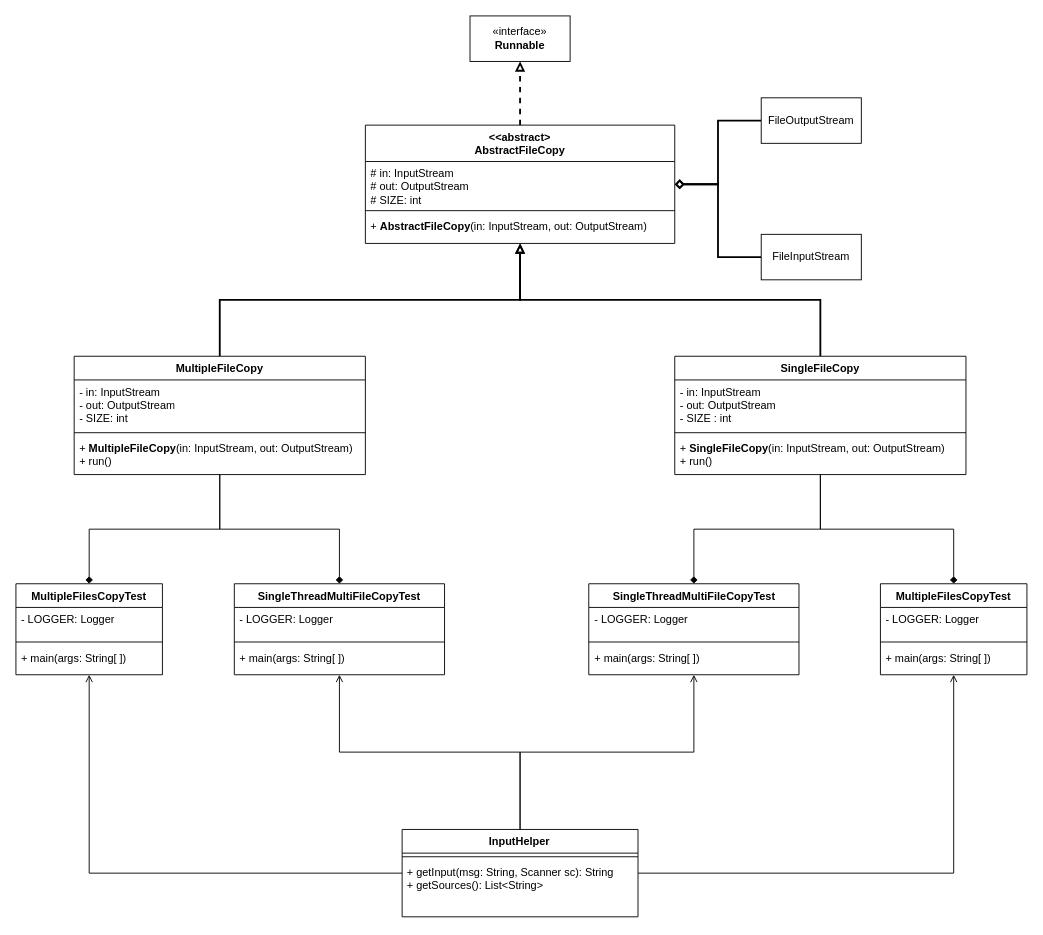
Before: page "SingleFileCopy" (1 of 3) of examples/src/thread/thread.drawio in id3ntity99/java, a draw.io diagram. Source tidied: cells renumbered, new cells numbered last; positions are measured from the earlier drawing's top-left corner, leaving out a move shared by most shapes. Both pictures are drawn from the tidied source at 91%, with x=0, y=0 at pixel (15, 15).
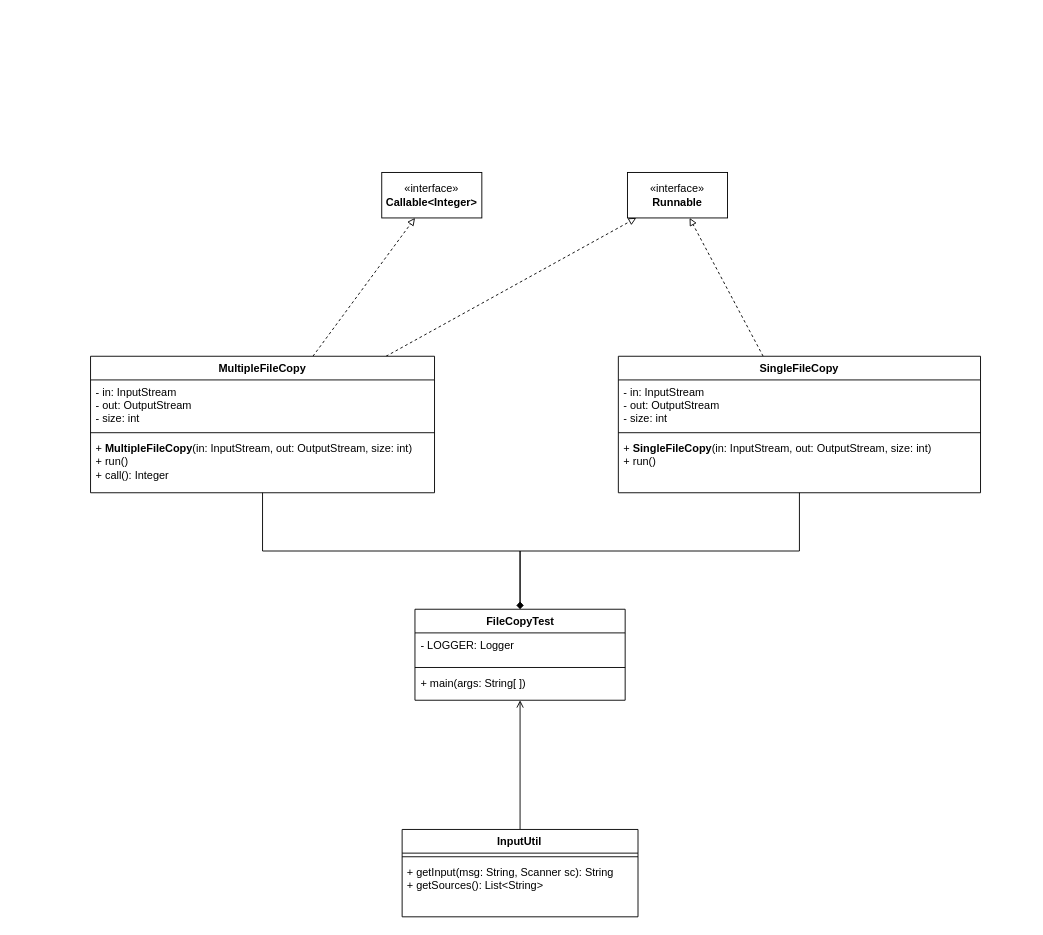
The same diagram, later.

Commit message:
Changed UML Diagram

The edit, as a diff of the source:
```diff
@@
-    <mxCell id="2" style="edgeStyle=orthogonalEdgeStyle;rounded=0;jettySize=auto;html=1;strokeWidth=2;endArrow=block;endFill=0;" parent="1" edge="1" source="5" target="22">
-      <mxGeometry relative="1" as="geometry" />
-    </mxCell>
-    <mxCell id="3" style="edgeStyle=orthogonalEdgeStyle;rounded=0;jettySize=auto;html=1;endArrow=diamond;endFill=1;" parent="1" edge="1" source="5" target="41">
-      <mxGeometry relative="1" as="geometry" />
-    </mxCell>
-    <mxCell id="4" style="edgeStyle=orthogonalEdgeStyle;rounded=0;jettySize=auto;html=1;entryX=0.5;entryY=0;entryDx=0;entryDy=0;endArrow=diamond;endFill=1;" parent="1" edge="1" source="5" target="45">
-      <mxGeometry relative="1" as="geometry" />
-    </mxCell>
+    <mxCell id="49" style="rounded=0;jettySize=auto;html=1;dashed=1;endArrow=block;endFill=0;" parent="1" edge="1" source="5" target="20">
+      <mxGeometry relative="1" as="geometry" />
+    </mxCell>
+    <mxCell id="50" style="edgeStyle=orthogonalEdgeStyle;rounded=0;jettySize=auto;html=1;endArrow=diamondThin;endFill=1;" parent="1" edge="1" source="5" target="37">
+      <mxGeometry relative="1" as="geometry" />
+    </mxCell>
     <mxCell id="5" value="SingleFileCopy" style="swimlane;fontStyle=1;align=center;verticalAlign=top;horizontal=1;startSize=26;whiteSpace=wrap;html=1;" parent="1" vertex="1">
-      <mxGeometry x="724" y="374" width="320" height="130" as="geometry" />
+      <mxGeometry x="662" y="374" width="398" height="150" as="geometry" />
     </mxCell>
-    <mxCell id="6" value="- in: InputStream&lt;div&gt;- out: OutputStream&lt;/div&gt;&lt;div&gt;- SIZE : int&lt;/div&gt;" style="text;strokeColor=none;fillColor=none;align=left;verticalAlign=top;spacingLeft=4;spacingRight=4;overflow=hidden;whiteSpace=wrap;html=1;" parent="5" vertex="1">
-      <mxGeometry y="26" width="320" height="54" as="geometry" />
+    <mxCell id="6" value="- in: InputStream&lt;div&gt;- out: OutputStream&lt;/div&gt;&lt;div&gt;- size: int&lt;/div&gt;" style="text;strokeColor=none;fillColor=none;align=left;verticalAlign=top;spacingLeft=4;spacingRight=4;overflow=hidden;whiteSpace=wrap;html=1;" parent="5" vertex="1">
+      <mxGeometry y="26" width="398" height="54" as="geometry" />
     </mxCell>
     <mxCell id="7" style="line;strokeWidth=1;fillColor=none;align=left;verticalAlign=middle;spacingTop=-1;spacingLeft=3;spacingRight=3;labelPosition=right;strokeColor=inherit;" parent="5" vertex="1">
-      <mxGeometry y="80" width="320" height="8" as="geometry" />
+      <mxGeometry y="80" width="398" height="8" as="geometry" />
     </mxCell>
-    <mxCell id="8" value="+&amp;nbsp;&lt;span style=&quot;font-weight: 700; text-align: center;&quot;&gt;SingleFileCopy&lt;/span&gt;(in: InputStream, out: OutputStream)&lt;div&gt;+ run()&lt;/div&gt;" style="text;strokeColor=none;fillColor=none;align=left;verticalAlign=top;spacingLeft=4;spacingRight=4;overflow=hidden;whiteSpace=wrap;html=1;" parent="5" vertex="1">
-      <mxGeometry y="88" width="320" height="42" as="geometry" />
+    <mxCell id="8" value="+&amp;nbsp;&lt;span style=&quot;font-weight: 700; text-align: center;&quot;&gt;SingleFileCopy&lt;/span&gt;(in: InputStream, out: OutputStream, size: int)&lt;div&gt;+ run()&lt;/div&gt;&lt;div&gt;&lt;br&gt;&lt;/div&gt;" style="text;strokeColor=none;fillColor=none;align=left;verticalAlign=top;spacingLeft=4;spacingRight=4;overflow=hidden;whiteSpace=wrap;html=1;" parent="5" vertex="1">
+      <mxGeometry y="88" width="398" height="62" as="geometry" />
     </mxCell>
-    <mxCell id="9" style="edgeStyle=orthogonalEdgeStyle;rounded=0;jettySize=auto;html=1;strokeWidth=2;endArrow=diamond;endFill=0;" parent="1" edge="1" source="10" target="22">
-      <mxGeometry relative="1" as="geometry" />
-    </mxCell>
-    <mxCell id="10" value="FileOutputStream" style="html=1;whiteSpace=wrap;" parent="1" vertex="1">
-      <mxGeometry x="819" y="90" width="110" height="50" as="geometry" />
-    </mxCell>
-    <mxCell id="11" style="edgeStyle=orthogonalEdgeStyle;rounded=0;jettySize=auto;html=1;strokeWidth=2;endArrow=diamond;endFill=0;" parent="1" edge="1" source="12" target="22">
-      <mxGeometry relative="1" as="geometry" />
-    </mxCell>
-    <mxCell id="12" value="FileInputStream" style="html=1;whiteSpace=wrap;" parent="1" vertex="1">
-      <mxGeometry x="819" y="240" width="110" height="50" as="geometry" />
-    </mxCell>
-    <mxCell id="13" style="edgeStyle=orthogonalEdgeStyle;rounded=0;jettySize=auto;html=1;strokeWidth=2;endArrow=block;endFill=0;" parent="1" edge="1" source="16" target="22">
-      <mxGeometry relative="1" as="geometry" />
-    </mxCell>
-    <mxCell id="14" style="edgeStyle=orthogonalEdgeStyle;rounded=0;jettySize=auto;html=1;endArrow=diamond;endFill=1;" parent="1" edge="1" source="16" target="33">
-      <mxGeometry relative="1" as="geometry" />
-    </mxCell>
@@
+    <mxCell id="51" style="rounded=0;jettySize=auto;html=1;dashed=1;endArrow=block;endFill=0;" parent="1" edge="1" source="16" target="53">
+      <mxGeometry relative="1" as="geometry" />
+    </mxCell>
+    <mxCell id="52" style="rounded=0;jettySize=auto;html=1;dashed=1;endArrow=block;endFill=0;" parent="1" edge="1" source="16" target="20">
+      <mxGeometry relative="1" as="geometry" />
+    </mxCell>
     <mxCell id="16" value="MultipleFileCopy" style="swimlane;fontStyle=1;align=center;verticalAlign=top;horizontal=1;startSize=26;whiteSpace=wrap;html=1;" parent="1" vertex="1">
-      <mxGeometry x="64" y="374" width="320" height="130" as="geometry" />
+      <mxGeometry x="82" y="374" width="378" height="150" as="geometry" />
     </mxCell>
-    <mxCell id="17" value="- in: InputStream&lt;div&gt;- out: OutputStream&lt;/div&gt;&lt;div&gt;- SIZE: int&lt;/div&gt;" style="text;strokeColor=none;fillColor=none;align=left;verticalAlign=top;spacingLeft=4;spacingRight=4;overflow=hidden;whiteSpace=wrap;html=1;" parent="16" vertex="1">
-      <mxGeometry y="26" width="320" height="54" as="geometry" />
+    <mxCell id="17" value="- in: InputStream&lt;div&gt;- out: OutputStream&lt;/div&gt;&lt;div&gt;- size: int&lt;/div&gt;" style="text;strokeColor=none;fillColor=none;align=left;verticalAlign=top;spacingLeft=4;spacingRight=4;overflow=hidden;whiteSpace=wrap;html=1;" parent="16" vertex="1">
+      <mxGeometry y="26" width="378" height="54" as="geometry" />
     </mxCell>
     <mxCell id="18" style="line;strokeWidth=1;fillColor=none;align=left;verticalAlign=middle;spacingTop=-1;spacingLeft=3;spacingRight=3;labelPosition=right;strokeColor=inherit;" parent="16" vertex="1">
-      <mxGeometry y="80" width="320" height="8" as="geometry" />
+      <mxGeometry y="80" width="378" height="8" as="geometry" />
     </mxCell>
-    <mxCell id="19" value="+&amp;nbsp;&lt;span style=&quot;font-weight: 700; text-align: center;&quot;&gt;MultipleFileCopy&lt;/span&gt;(in: InputStream, out: OutputStream)&lt;div&gt;+ run()&lt;/div&gt;" style="text;strokeColor=none;fillColor=none;align=left;verticalAlign=top;spacingLeft=4;spacingRight=4;overflow=hidden;whiteSpace=wrap;html=1;" parent="16" vertex="1">
-      <mxGeometry y="88" width="320" height="42" as="geometry" />
+    <mxCell id="19" value="+&amp;nbsp;&lt;span style=&quot;font-weight: 700; text-align: center;&quot;&gt;MultipleFileCopy&lt;/span&gt;(in: InputStream, out: OutputStream, size: int)&lt;div&gt;+ run()&lt;/div&gt;&lt;div&gt;+ call(): Integer&lt;/div&gt;" style="text;strokeColor=none;fillColor=none;align=left;verticalAlign=top;spacingLeft=4;spacingRight=4;overflow=hidden;whiteSpace=wrap;html=1;" parent="16" vertex="1">
+      <mxGeometry y="88" width="378" height="62" as="geometry" />
     </mxCell>
     <mxCell id="20" value="«interface»&lt;br&gt;&lt;b&gt;Runnable&lt;/b&gt;" style="html=1;whiteSpace=wrap;" parent="1" vertex="1">
-      <mxGeometry x="499" width="110" height="50" as="geometry" />
+      <mxGeometry x="672" y="172" width="110" height="50" as="geometry" />
     </mxCell>
-    <mxCell id="21" style="edgeStyle=orthogonalEdgeStyle;rounded=0;jettySize=auto;html=1;endArrow=block;endFill=0;dashed=1;strokeWidth=2;" parent="1" edge="1" source="22" target="20">
-      <mxGeometry relative="1" as="geometry" />
-    </mxCell>
-    <mxCell id="22" value="&lt;div&gt;&amp;lt;&amp;lt;abstract&amp;gt;&lt;/div&gt;&lt;div&gt;AbstractFileCopy&lt;/div&gt;" style="swimlane;fontStyle=1;align=center;verticalAlign=top;horizontal=1;startSize=40;whiteSpace=wrap;html=1;" parent="1" vertex="1">
-      <mxGeometry x="384" y="120" width="340" height="130" as="geometry" />
-    </mxCell>
-    <mxCell id="23" value="# in: InputStream&lt;div&gt;# out: OutputStream&lt;/div&gt;&lt;div&gt;# SIZE: int&lt;/div&gt;" style="text;strokeColor=none;fillColor=none;align=left;verticalAlign=top;spacingLeft=4;spacingRight=4;overflow=hidden;whiteSpace=wrap;html=1;" parent="22" vertex="1">
-      <mxGeometry y="40" width="340" height="50" as="geometry" />
-    </mxCell>
-    <mxCell id="24" style="line;strokeWidth=1;fillColor=none;align=left;verticalAlign=middle;spacingTop=-1;spacingLeft=3;spacingRight=3;labelPosition=right;strokeColor=inherit;" parent="22" vertex="1">
-      <mxGeometry y="90" width="340" height="8" as="geometry" />
-    </mxCell>
-    <mxCell id="25" value="+ &lt;b&gt;Abstract&lt;/b&gt;&lt;span style=&quot;font-weight: 700; text-align: center;&quot;&gt;FileCopy&lt;/span&gt;(in: InputStream, out: OutputStream)" style="text;strokeColor=none;fillColor=none;align=left;verticalAlign=top;spacingLeft=4;spacingRight=4;overflow=hidden;whiteSpace=wrap;html=1;" parent="22" vertex="1">
-      <mxGeometry y="98" width="340" height="32" as="geometry" />
-    </mxCell>
-    <mxCell id="26" style="edgeStyle=orthogonalEdgeStyle;rounded=0;jettySize=auto;html=1;endArrow=open;endFill=0;startArrow=none;startFill=0;" parent="1" edge="1" source="30" target="33">
-      <mxGeometry relative="1" as="geometry" />
-    </mxCell>
-    <mxCell id="27" style="edgeStyle=orthogonalEdgeStyle;rounded=0;jettySize=auto;html=1;endArrow=open;endFill=0;" parent="1" edge="1" source="30" target="41">
-      <mxGeometry relative="1" as="geometry" />
-    </mxCell>
@@
-    <mxCell id="29" style="edgeStyle=orthogonalEdgeStyle;rounded=0;jettySize=auto;html=1;endArrow=open;endFill=0;" parent="1" edge="1" source="30" target="45">
-      <mxGeometry relative="1" as="geometry" />
-    </mxCell>
-    <mxCell id="30" value="InputHelper" style="swimlane;fontStyle=1;align=center;verticalAlign=top;horizontal=1;startSize=26;whiteSpace=wrap;html=1;" parent="1" vertex="1">
+    <mxCell id="30" value="InputUtil" style="swimlane;fontStyle=1;align=center;verticalAlign=top;horizontal=1;startSize=26;whiteSpace=wrap;html=1;" parent="1" vertex="1">
       <mxGeometry x="424.4" y="894" width="259.2" height="96" as="geometry" />
     </mxCell>
@@
-    <mxCell id="33" value="MultipleFilesCopyTest" style="swimlane;fontStyle=1;align=center;verticalAlign=top;horizontal=1;startSize=26;whiteSpace=wrap;html=1;" parent="1" vertex="1">
-      <mxGeometry y="624" width="161" height="100" as="geometry" />
-    </mxCell>
-    <mxCell id="34" value="- LOGGER: Logger" style="text;strokeColor=none;fillColor=none;align=left;verticalAlign=top;spacingLeft=4;spacingRight=4;overflow=hidden;whiteSpace=wrap;html=1;" parent="33" vertex="1">
-      <mxGeometry y="26" width="161" height="34" as="geometry" />
-    </mxCell>
-    <mxCell id="35" style="line;strokeWidth=1;fillColor=none;align=left;verticalAlign=middle;spacingTop=-1;spacingLeft=3;spacingRight=3;labelPosition=right;strokeColor=inherit;" parent="33" vertex="1">
-      <mxGeometry y="60" width="161" height="8" as="geometry" />
-    </mxCell>
-    <mxCell id="36" value="+ main(args: String[ ])" style="text;strokeColor=none;fillColor=none;align=left;verticalAlign=top;spacingLeft=4;spacingRight=4;overflow=hidden;whiteSpace=wrap;html=1;" parent="33" vertex="1">
-      <mxGeometry y="68" width="161" height="32" as="geometry" />
-    </mxCell>
-    <mxCell id="37" value="SingleThreadMultiFileCopyTest" style="swimlane;fontStyle=1;align=center;verticalAlign=top;horizontal=1;startSize=26;whiteSpace=wrap;html=1;" parent="1" vertex="1">
-      <mxGeometry x="240" y="624" width="231" height="100" as="geometry" />
+    <mxCell id="37" value="FileCopyTest" style="swimlane;fontStyle=1;align=center;verticalAlign=top;horizontal=1;startSize=26;whiteSpace=wrap;html=1;" parent="1" vertex="1">
+      <mxGeometry x="438.5" y="652" width="231" height="100" as="geometry" />
     </mxCell>
@@
-    <mxCell id="41" value="MultipleFilesCopyTest" style="swimlane;fontStyle=1;align=center;verticalAlign=top;horizontal=1;startSize=26;whiteSpace=wrap;html=1;" parent="1" vertex="1">
-      <mxGeometry x="950" y="624" width="161" height="100" as="geometry" />
-    </mxCell>
-    <mxCell id="42" value="- LOGGER: Logger" style="text;strokeColor=none;fillColor=none;align=left;verticalAlign=top;spacingLeft=4;spacingRight=4;overflow=hidden;whiteSpace=wrap;html=1;" parent="41" vertex="1">
-      <mxGeometry y="26" width="161" height="34" as="geometry" />
-    </mxCell>
-    <mxCell id="43" style="line;strokeWidth=1;fillColor=none;align=left;verticalAlign=middle;spacingTop=-1;spacingLeft=3;spacingRight=3;labelPosition=right;strokeColor=inherit;" parent="41" vertex="1">
-      <mxGeometry y="60" width="161" height="8" as="geometry" />
-    </mxCell>
-    <mxCell id="44" value="+ main(args: String[ ])" style="text;strokeColor=none;fillColor=none;align=left;verticalAlign=top;spacingLeft=4;spacingRight=4;overflow=hidden;whiteSpace=wrap;html=1;" parent="41" vertex="1">
-      <mxGeometry y="68" width="161" height="32" as="geometry" />
-    </mxCell>
-    <mxCell id="45" value="SingleThreadMultiFileCopyTest" style="swimlane;fontStyle=1;align=center;verticalAlign=top;horizontal=1;startSize=26;whiteSpace=wrap;html=1;" parent="1" vertex="1">
-      <mxGeometry x="629.5" y="624" width="231" height="100" as="geometry" />
-    </mxCell>
-    <mxCell id="46" value="- LOGGER: Logger" style="text;strokeColor=none;fillColor=none;align=left;verticalAlign=top;spacingLeft=4;spacingRight=4;overflow=hidden;whiteSpace=wrap;html=1;" parent="45" vertex="1">
-      <mxGeometry y="26" width="231" height="34" as="geometry" />
-    </mxCell>
-    <mxCell id="47" style="line;strokeWidth=1;fillColor=none;align=left;verticalAlign=middle;spacingTop=-1;spacingLeft=3;spacingRight=3;labelPosition=right;strokeColor=inherit;" parent="45" vertex="1">
-      <mxGeometry y="60" width="231" height="8" as="geometry" />
-    </mxCell>
-    <mxCell id="48" value="+ main(args: String[ ])" style="text;strokeColor=none;fillColor=none;align=left;verticalAlign=top;spacingLeft=4;spacingRight=4;overflow=hidden;whiteSpace=wrap;html=1;" parent="45" vertex="1">
-      <mxGeometry y="68" width="231" height="32" as="geometry" />
-    </mxCell>
+    <mxCell id="53" value="«interface»&lt;br&gt;&lt;b&gt;Callable&amp;lt;Integer&amp;gt;&lt;/b&gt;" style="html=1;whiteSpace=wrap;" parent="1" vertex="1">
+      <mxGeometry x="402" y="172" width="110" height="50" as="geometry" />
+    </mxCell>
```
